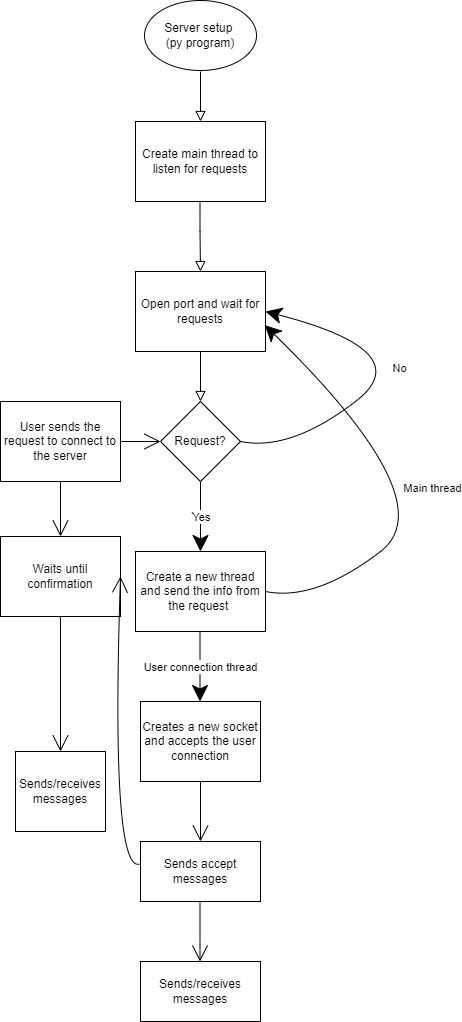
cd2323/hello-world keeps this draw.io diagram as CS484_proj2_flowchart.png. Above is the earlier version. Source tidied: cells renumbered, new cells last; positions are measured from the earlier drawing's top-left corner, leaving out a move shared by most shapes.
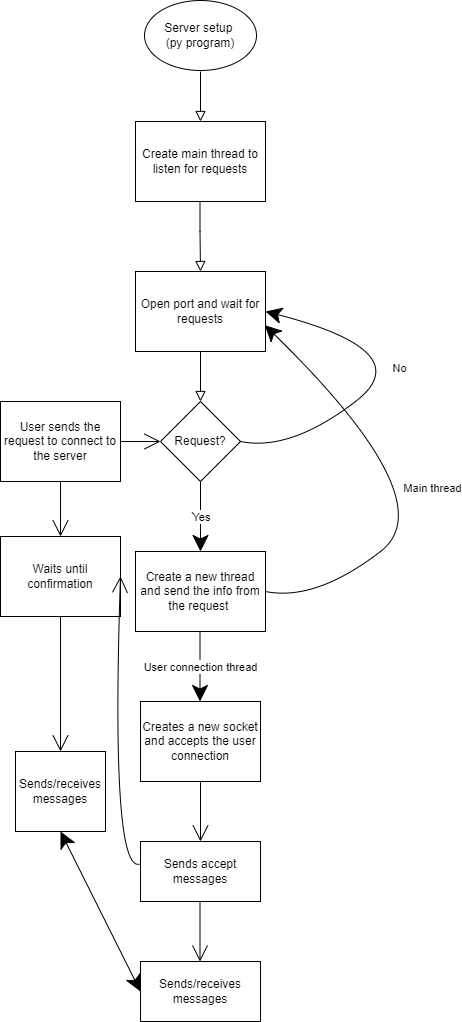
Later version of the same file.

The edit, as a diff of the source:
```diff
@@ -140,5 +140,8 @@
     <mxCell id="32" value="Sends/receives messages" style="rounded=0;whiteSpace=wrap;html=1;hachureGap=4;" parent="1" vertex="1">
       <mxGeometry x="140" y="961" width="120" height="60" as="geometry" />
     </mxCell>
+    <mxCell id="33" style="endArrow=classic;startArrow=classic;html=1;rounded=0;startSize=14;endSize=14;sourcePerimeterSpacing=8;targetPerimeterSpacing=8;curved=1;entryX=0.5;entryY=1;entryDx=0;entryDy=0;exitX=0;exitY=0.5;exitDx=0;exitDy=0;" parent="1" edge="1" source="32" target="26">
+      <mxGeometry relative="1" as="geometry" />
+    </mxCell>
   </root>
 </mxGraphModel>
```
